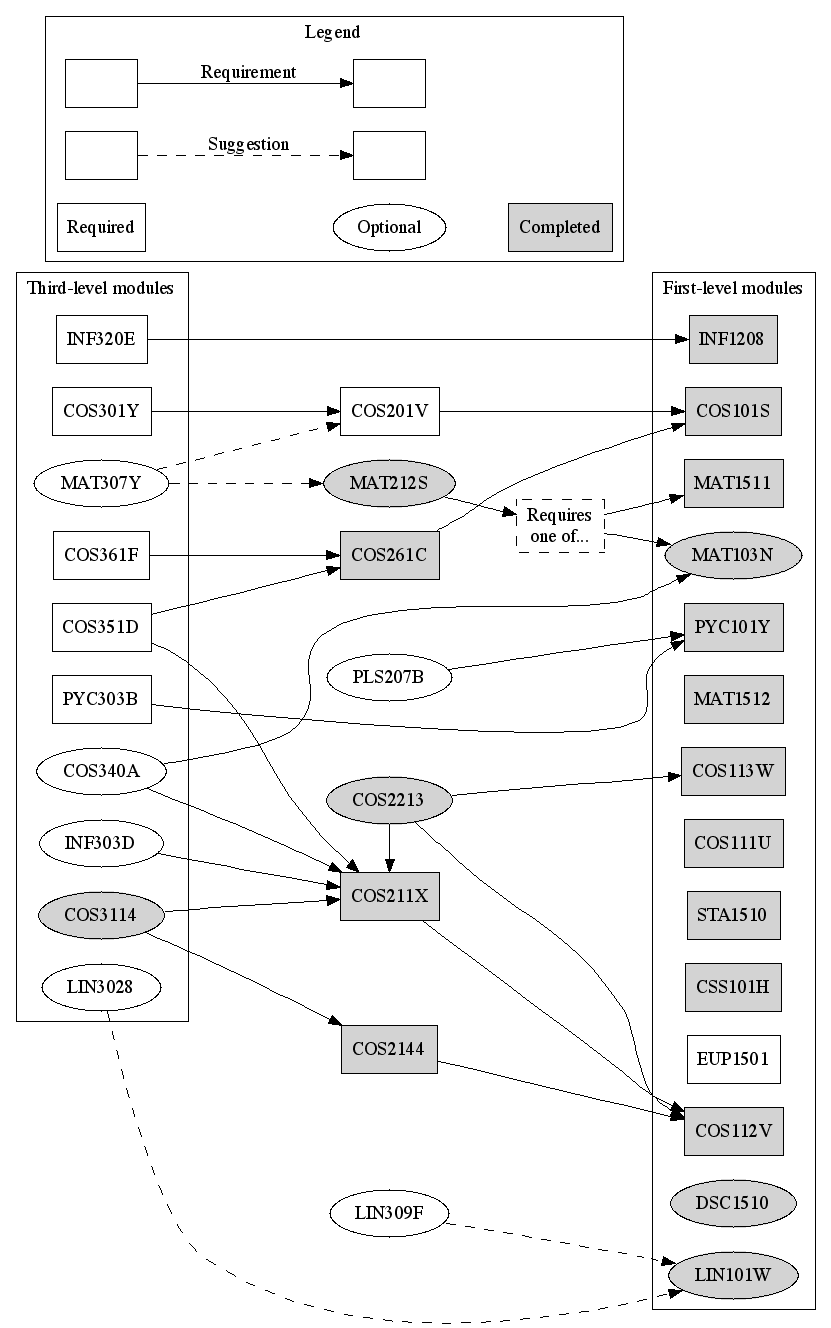
apauley/unisa-module-graph keeps this Graphviz diagram as ComputationalIntelligence.png. Above is the earlier version. Its source is kept beside it as ComputationalIntelligence.dot.
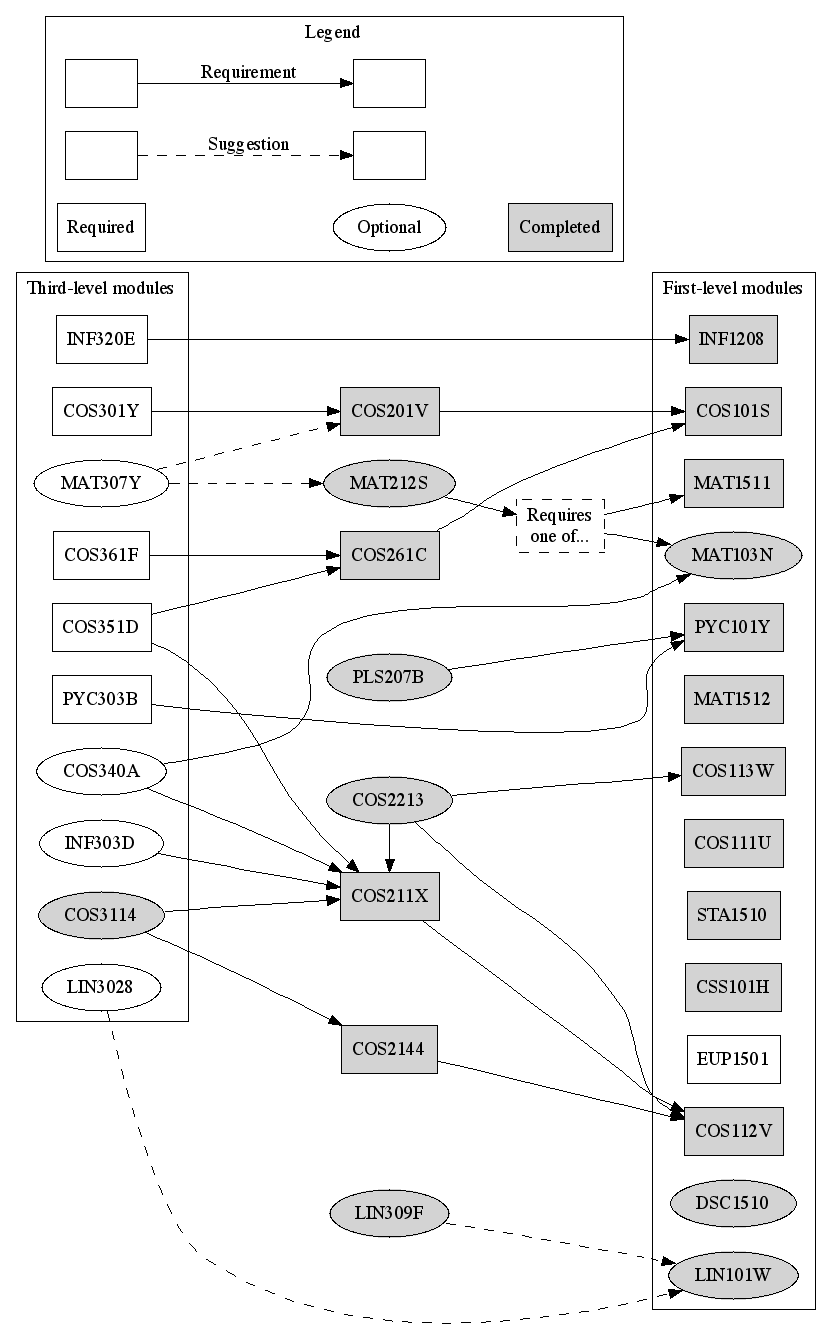
Later version of the same file.

Commit message:
Mark some completed modules

Change to the diagram source:
```diff
@@ -16,14 +16,14 @@
     }
 
     {rank=same;
-    COS201V
+    COS201V [style=filled]
     {node [style=filled]; COS211X COS261C COS2144}}
 
     {rank=same; node [shape=ellipse];
-    PLS207B
+    PLS207B [style=filled]
     MAT212S [style=filled]
     COS2213 [style=filled]
-    LIN309F}
+    LIN309F [style=filled]}
 
     MAT103OR151 [label="Requires\none of...", style=dashed];
 
```
